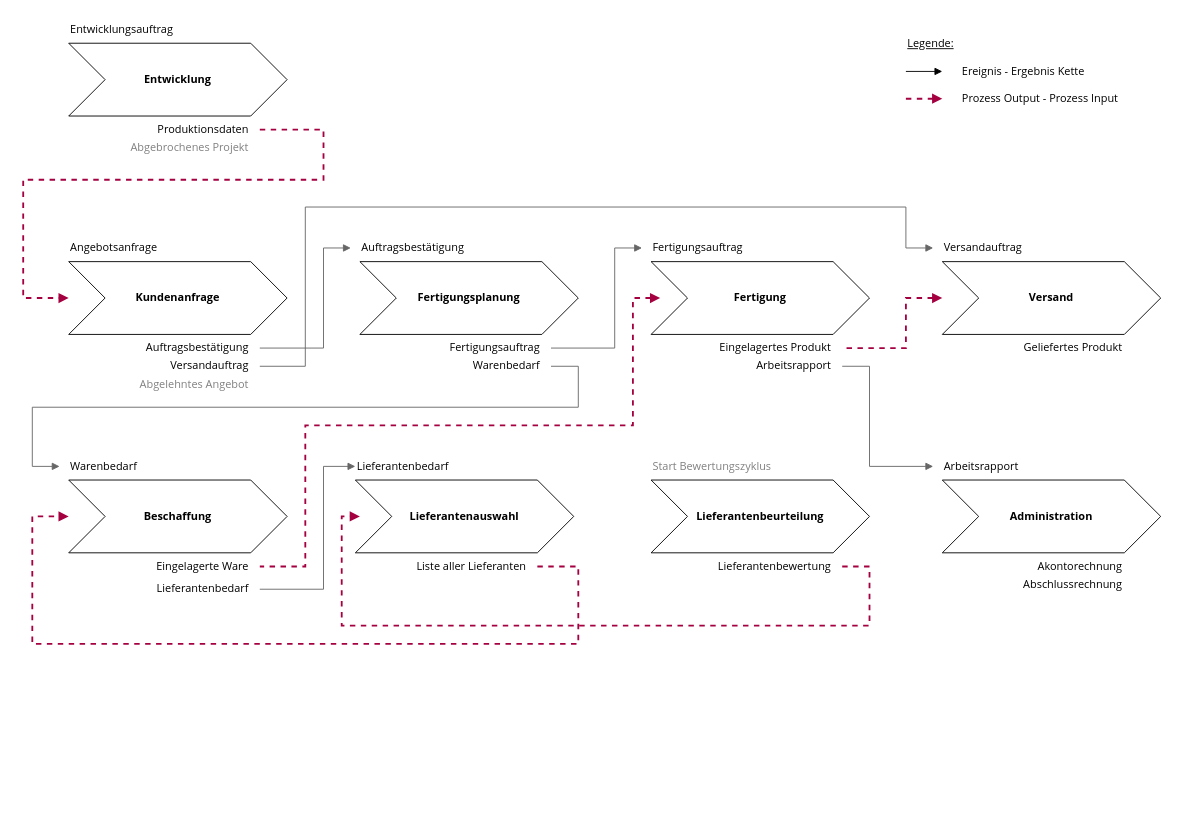
Above: assets/Prozesslandkarte.drawio in Mint-System/Odoo-Wiki (draw.io), before the change. Source tidied: cells renumbered, new cells numbered last; positions are measured from the earlier drawing's top-left corner, leaving out a move shared by most shapes. Both pictures are drawn from the tidied source at 91%, with x=0, y=0 at pixel (23, 15).
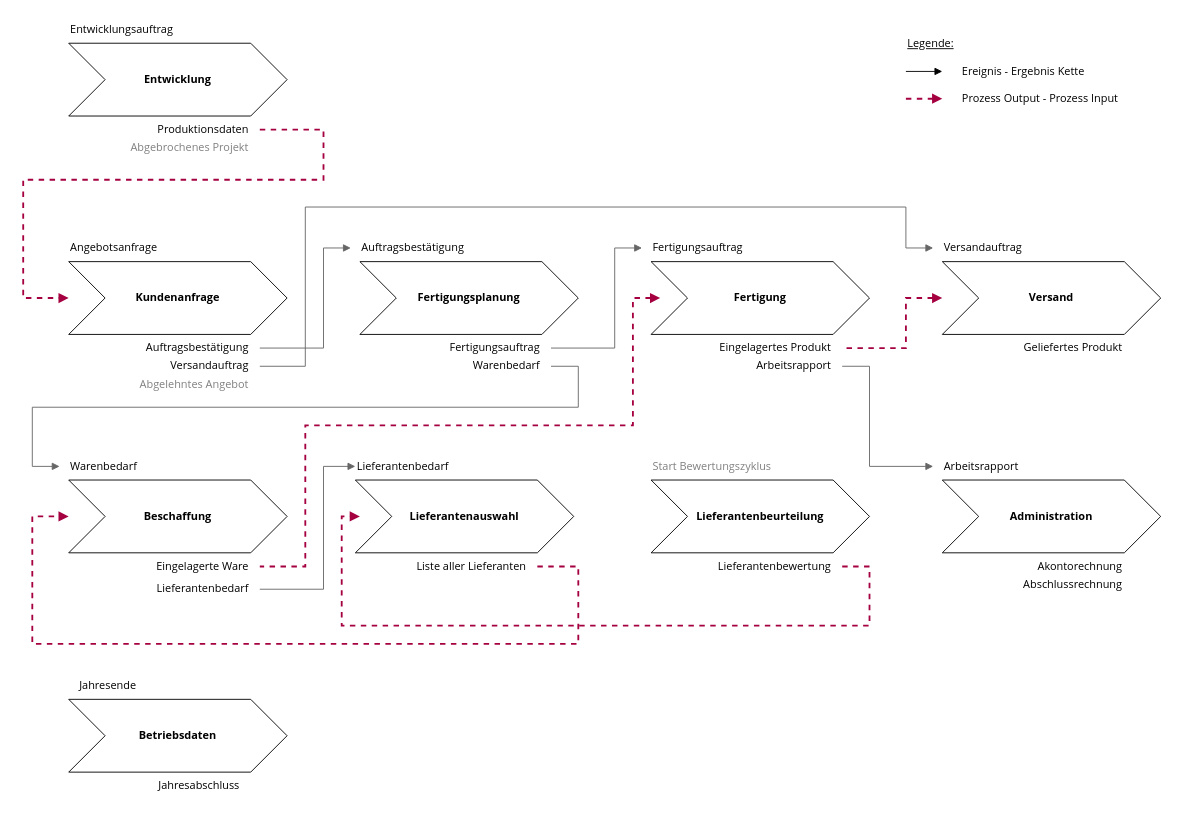
Above is the later version.

What changed in the source:
```diff
@@
+    <mxCell id="52" value="&lt;b&gt;Betriebsdaten&lt;/b&gt;" style="shape=step;perimeter=stepPerimeter;whiteSpace=wrap;html=1;fixedSize=1;size=40;fontFamily=Open Sans;" parent="1" vertex="1">
+      <mxGeometry x="50" y="751" width="240" height="80" as="geometry" />
+    </mxCell>
+    <mxCell id="53" value="Jahresende" style="text;html=1;strokeColor=none;fillColor=none;align=left;verticalAlign=middle;whiteSpace=wrap;rounded=0;fontFamily=Open Sans;spacingLeft=10;" parent="1" vertex="1">
+      <mxGeometry x="50" y="721" width="120" height="30" as="geometry" />
+    </mxCell>
+    <mxCell id="54" value="Jahresabschluss" style="text;html=1;strokeColor=none;fillColor=none;align=right;verticalAlign=middle;whiteSpace=wrap;rounded=0;fontFamily=Open Sans;spacingRight=10;" parent="1" vertex="1">
+      <mxGeometry x="130" y="831" width="120" height="30" as="geometry" />
+    </mxCell>
```
